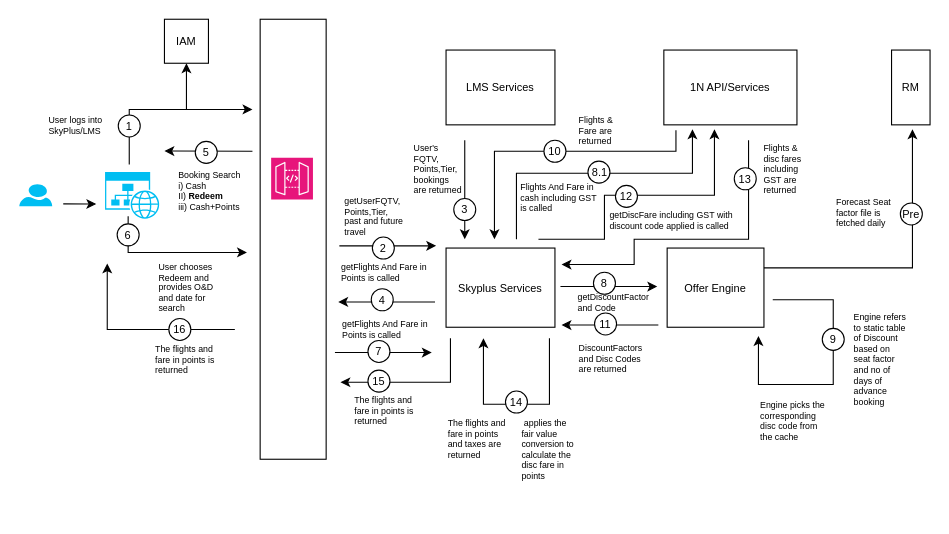
Earlier version of the draw.io diagram page "Search and Results" (1 of 2) of Redeem_Points_Flow.drawio (nchauhan4/drawings). Source tidied: cells renumbered, new cells numbered last; positions are measured from the earlier drawing's top-left corner, leaving out a move shared by most shapes. Both pictures are drawn from the tidied source at 110%, with x=0, y=0 at pixel (19, 19).
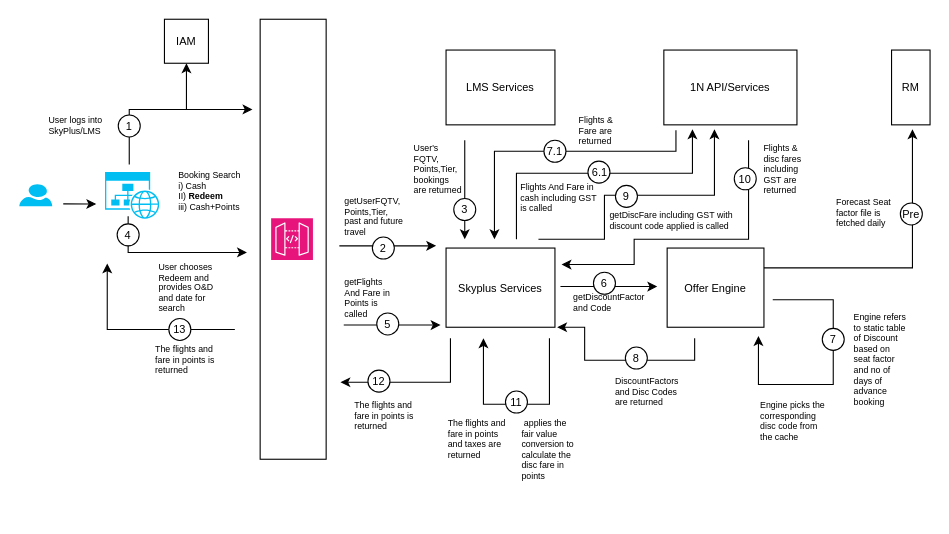
The same diagram, later.

What changed in the source:
```diff
@@
     <mxCell id="6" style="sketch=0;fontColor=#232F3E;fillColor=#E7157B;strokeColor=#ffffff;dashed=0;verticalLabelPosition=bottom;verticalAlign=top;align=center;html=1;fontSize=12;fontStyle=0;shape=mxgraph.aws4.resourceIcon;resIcon=mxgraph.aws4.api_gateway;" parent="1" vertex="1">
-      <mxGeometry x="229" y="125.8" width="38" height="38" as="geometry" />
+      <mxGeometry x="229" y="180.8" width="38" height="38" as="geometry" />
     </mxCell>
@@
-    <mxCell id="12" style="endArrow=classic;html=1;rounded=0;" parent="1" edge="1">
-      <mxGeometry relative="1" as="geometry">
-        <mxPoint x="212" y="120" as="sourcePoint" />
-        <mxPoint x="132" y="119.8" as="targetPoint" />
-      </mxGeometry>
-    </mxCell>
-    <mxCell id="13" style="ellipse;whiteSpace=wrap;html=1;" parent="1" vertex="1">
-      <mxGeometry x="160" y="111" width="20" height="20" as="geometry" />
-    </mxCell>
-    <mxCell id="14" value="&lt;font style=&quot;font-size: 10px;&quot;&gt;5&lt;/font&gt;" style="text;html=1;strokeColor=none;fillColor=none;align=center;verticalAlign=middle;whiteSpace=wrap;rounded=0;" parent="1" vertex="1">
-      <mxGeometry x="155" y="111" width="30" height="20" as="geometry" />
-    </mxCell>
@@
-    <mxCell id="20" value="&lt;font style=&quot;font-size: 10px;&quot;&gt;6&lt;/font&gt;" style="text;html=1;strokeColor=none;fillColor=none;align=center;verticalAlign=middle;whiteSpace=wrap;rounded=0;" parent="1" vertex="1">
+    <mxCell id="20" value="&lt;font style=&quot;font-size: 10px;&quot;&gt;4&lt;/font&gt;" style="text;html=1;strokeColor=none;fillColor=none;align=center;verticalAlign=middle;whiteSpace=wrap;rounded=0;" parent="1" vertex="1">
       <mxGeometry x="84" y="186" width="30" height="20" as="geometry" />
     </mxCell>
@@
-    <mxCell id="33" value="&lt;span style=&quot;font-size: 10px;&quot;&gt;8&lt;/span&gt;" style="text;html=1;strokeColor=none;fillColor=none;align=center;verticalAlign=middle;whiteSpace=wrap;rounded=0;" parent="1" vertex="1">
+    <mxCell id="33" value="&lt;span style=&quot;font-size: 10px;&quot;&gt;6&lt;/span&gt;" style="text;html=1;strokeColor=none;fillColor=none;align=center;verticalAlign=middle;whiteSpace=wrap;rounded=0;" parent="1" vertex="1">
       <mxGeometry x="517" y="230" width="30" height="20" as="geometry" />
     </mxCell>
@@
     <mxCell id="35" style="endArrow=classic;html=1;rounded=0;" parent="1" edge="1">
       <mxGeometry relative="1" as="geometry">
-        <mxPoint x="287" y="303" as="sourcePoint" />
-        <mxPoint x="375" y="303" as="targetPoint" />
+        <mxPoint x="295" y="278" as="sourcePoint" />
+        <mxPoint x="383" y="278" as="targetPoint" />
       </mxGeometry>
     </mxCell>
     <mxCell id="36" style="ellipse;whiteSpace=wrap;html=1;" parent="1" vertex="1">
-      <mxGeometry x="317" y="292" width="20" height="20" as="geometry" />
+      <mxGeometry x="325" y="267" width="20" height="20" as="geometry" />
     </mxCell>
-    <mxCell id="37" value="&lt;font style=&quot;font-size: 10px;&quot;&gt;7&lt;/font&gt;" style="text;html=1;strokeColor=none;fillColor=none;align=center;verticalAlign=middle;whiteSpace=wrap;rounded=0;" parent="1" vertex="1">
-      <mxGeometry x="312" y="292" width="30" height="20" as="geometry" />
+    <mxCell id="37" value="&lt;font style=&quot;font-size: 10px;&quot;&gt;5&lt;/font&gt;" style="text;html=1;strokeColor=none;fillColor=none;align=center;verticalAlign=middle;whiteSpace=wrap;rounded=0;" parent="1" vertex="1">
+      <mxGeometry x="320" y="267" width="30" height="20" as="geometry" />
     </mxCell>
     <mxCell id="38" value="getFlights And Fare in Points is called" style="text;html=1;strokeColor=none;fillColor=none;align=left;verticalAlign=top;whiteSpace=wrap;rounded=0;fontSize=8;" parent="1" vertex="1">
-      <mxGeometry x="292" y="266" width="80" height="33" as="geometry" />
+      <mxGeometry x="293.5" y="227.5" width="48.5" height="33" as="geometry" />
     </mxCell>
@@
-    <mxCell id="42" value="&lt;span style=&quot;font-size: 10px;&quot;&gt;8.1&lt;/span&gt;" style="text;html=1;strokeColor=none;fillColor=none;align=center;verticalAlign=middle;whiteSpace=wrap;rounded=0;" parent="1" vertex="1">
+    <mxCell id="42" value="&lt;span style=&quot;font-size: 10px;&quot;&gt;6.1&lt;/span&gt;" style="text;html=1;strokeColor=none;fillColor=none;align=center;verticalAlign=middle;whiteSpace=wrap;rounded=0;" parent="1" vertex="1">
       <mxGeometry x="513" y="129" width="30" height="20" as="geometry" />
     </mxCell>
     <mxCell id="43" value="getDiscountFactor and Code" style="text;html=1;strokeColor=none;fillColor=none;align=left;verticalAlign=top;whiteSpace=wrap;rounded=0;fontSize=8;" parent="1" vertex="1">
-      <mxGeometry x="505.8" y="242" width="58.5" height="33" as="geometry" />
+      <mxGeometry x="502" y="242" width="58.5" height="33" as="geometry" />
     </mxCell>
@@
-    <mxCell id="45" value="&lt;span style=&quot;font-size: 10px;&quot;&gt;12&lt;/span&gt;" style="text;html=1;strokeColor=none;fillColor=none;align=center;verticalAlign=middle;whiteSpace=wrap;rounded=0;" parent="1" vertex="1">
+    <mxCell id="45" value="&lt;span style=&quot;font-size: 10px;&quot;&gt;9&lt;/span&gt;" style="text;html=1;strokeColor=none;fillColor=none;align=center;verticalAlign=middle;whiteSpace=wrap;rounded=0;" parent="1" vertex="1">
       <mxGeometry x="537" y="151" width="30" height="20" as="geometry" />
     </mxCell>
@@
-    <mxCell id="48" value="&lt;font style=&quot;font-size: 10px;&quot;&gt;10&lt;/font&gt;" style="text;html=1;strokeColor=none;fillColor=none;align=center;verticalAlign=middle;whiteSpace=wrap;rounded=0;" parent="1" vertex="1">
+    <mxCell id="48" value="&lt;font style=&quot;font-size: 10px;&quot;&gt;7.1&lt;/font&gt;" style="text;html=1;strokeColor=none;fillColor=none;align=center;verticalAlign=middle;whiteSpace=wrap;rounded=0;" parent="1" vertex="1">
       <mxGeometry x="472" y="110" width="30" height="20" as="geometry" />
     </mxCell>
@@
-    <mxCell id="53" value="&lt;font style=&quot;font-size: 10px;&quot;&gt;9&lt;/font&gt;" style="text;html=1;strokeColor=none;fillColor=none;align=center;verticalAlign=middle;whiteSpace=wrap;rounded=0;" parent="1" vertex="1">
+    <mxCell id="53" value="&lt;font style=&quot;font-size: 10px;&quot;&gt;7&lt;/font&gt;" style="text;html=1;strokeColor=none;fillColor=none;align=center;verticalAlign=middle;whiteSpace=wrap;rounded=0;" parent="1" vertex="1">
       <mxGeometry x="725" y="281" width="30" height="20" as="geometry" />
     </mxCell>
@@
-    <mxCell id="58" value="&lt;font style=&quot;font-size: 10px;&quot;&gt;14&lt;/font&gt;" style="text;html=1;strokeColor=none;fillColor=none;align=center;verticalAlign=middle;whiteSpace=wrap;rounded=0;" parent="1" vertex="1">
+    <mxCell id="58" value="&lt;font style=&quot;font-size: 10px;&quot;&gt;11&lt;/font&gt;" style="text;html=1;strokeColor=none;fillColor=none;align=center;verticalAlign=middle;whiteSpace=wrap;rounded=0;" parent="1" vertex="1">
       <mxGeometry x="437" y="338" width="30" height="20" as="geometry" />
     </mxCell>
@@
-    <mxCell id="62" value="&lt;font style=&quot;font-size: 10px;&quot;&gt;15&lt;/font&gt;" style="text;html=1;strokeColor=none;fillColor=none;align=center;verticalAlign=middle;whiteSpace=wrap;rounded=0;" parent="1" vertex="1">
+    <mxCell id="62" value="&lt;font style=&quot;font-size: 10px;&quot;&gt;12&lt;/font&gt;" style="text;html=1;strokeColor=none;fillColor=none;align=center;verticalAlign=middle;whiteSpace=wrap;rounded=0;" parent="1" vertex="1">
       <mxGeometry x="312" y="319" width="30" height="20" as="geometry" />
     </mxCell>
     <mxCell id="63" value="The flights and fare in points is returned" style="text;html=1;strokeColor=none;fillColor=none;align=left;verticalAlign=top;whiteSpace=wrap;rounded=0;fontSize=8;" parent="1" vertex="1">
-      <mxGeometry x="302.8" y="335" width="58.5" height="33" as="geometry" />
+      <mxGeometry x="302.8" y="340" width="58.5" height="33" as="geometry" />
     </mxCell>
@@
-    <mxCell id="66" value="&lt;font style=&quot;font-size: 10px;&quot;&gt;16&lt;/font&gt;" style="text;html=1;strokeColor=none;fillColor=none;align=center;verticalAlign=middle;whiteSpace=wrap;rounded=0;" parent="1" vertex="1">
+    <mxCell id="66" value="&lt;font style=&quot;font-size: 10px;&quot;&gt;13&lt;/font&gt;" style="text;html=1;strokeColor=none;fillColor=none;align=center;verticalAlign=middle;whiteSpace=wrap;rounded=0;" parent="1" vertex="1">
       <mxGeometry x="131" y="272" width="30" height="20" as="geometry" />
     </mxCell>
@@
-    <mxCell id="77" style="endArrow=classic;html=1;rounded=0;" parent="1" edge="1">
+    <mxCell id="77" style="endArrow=classic;html=1;rounded=0;entryX=1;entryY=1;entryDx=0;entryDy=0;" parent="1" edge="1">
       <mxGeometry relative="1" as="geometry">
-        <mxPoint x="581" y="278" as="sourcePoint" />
-        <mxPoint x="493" y="278" as="targetPoint" />
+        <mxPoint x="614" y="290" as="sourcePoint" />
+        <mxPoint x="489" y="280" as="targetPoint" />
+        <Array as="points">
+          <mxPoint x="614" y="310" />
+          <mxPoint x="514" y="310" />
+          <mxPoint x="514" y="280" />
+        </Array>
       </mxGeometry>
     </mxCell>
     <mxCell id="78" style="ellipse;whiteSpace=wrap;html=1;" parent="1" vertex="1">
-      <mxGeometry x="523" y="267" width="20" height="20" as="geometry" />
+      <mxGeometry x="551" y="298" width="20" height="20" as="geometry" />
     </mxCell>
-    <mxCell id="79" value="&lt;span style=&quot;font-size: 10px;&quot;&gt;11&lt;/span&gt;" style="text;html=1;strokeColor=none;fillColor=none;align=center;verticalAlign=middle;whiteSpace=wrap;rounded=0;" parent="1" vertex="1">
-      <mxGeometry x="518" y="267" width="30" height="20" as="geometry" />
+    <mxCell id="79" value="&lt;span style=&quot;font-size: 10px;&quot;&gt;8&lt;/span&gt;" style="text;html=1;strokeColor=none;fillColor=none;align=center;verticalAlign=middle;whiteSpace=wrap;rounded=0;" parent="1" vertex="1">
+      <mxGeometry x="546" y="298" width="30" height="20" as="geometry" />
     </mxCell>
     <mxCell id="80" value="DiscountFactors and Disc Codes are returned" style="text;html=1;strokeColor=none;fillColor=none;align=left;verticalAlign=top;whiteSpace=wrap;rounded=0;fontSize=8;" parent="1" vertex="1">
-      <mxGeometry x="506.8" y="288" width="58.5" height="33" as="geometry" />
+      <mxGeometry x="540.2" y="318" width="58.5" height="33" as="geometry" />
     </mxCell>
-    <mxCell id="81" value="&lt;font style=&quot;font-size: 10px;&quot;&gt;13&lt;/font&gt;" style="ellipse;whiteSpace=wrap;html=1;" parent="1" vertex="1">
+    <mxCell id="81" value="&lt;font style=&quot;font-size: 10px;&quot;&gt;10&lt;/font&gt;" style="ellipse;whiteSpace=wrap;html=1;" parent="1" vertex="1">
       <mxGeometry x="650" y="135" width="20" height="20" as="geometry" />
     </mxCell>
-    <mxCell id="82" style="endArrow=classic;html=1;rounded=0;" parent="1" edge="1">
-      <mxGeometry relative="1" as="geometry">
-        <mxPoint x="378" y="257" as="sourcePoint" />
-        <mxPoint x="290" y="257" as="targetPoint" />
-      </mxGeometry>
-    </mxCell>
-    <mxCell id="83" style="ellipse;whiteSpace=wrap;html=1;" parent="1" vertex="1">
-      <mxGeometry x="320" y="245" width="20" height="20" as="geometry" />
-    </mxCell>
-    <mxCell id="84" value="&lt;span style=&quot;font-size: 10px;&quot;&gt;4&lt;/span&gt;" style="text;html=1;strokeColor=none;fillColor=none;align=center;verticalAlign=middle;whiteSpace=wrap;rounded=0;" parent="1" vertex="1">
-      <mxGeometry x="315" y="245" width="30" height="20" as="geometry" />
-    </mxCell>
-    <mxCell id="85" value="getFlights And Fare in Points is called" style="text;html=1;strokeColor=none;fillColor=none;align=left;verticalAlign=top;whiteSpace=wrap;rounded=0;fontSize=8;" parent="1" vertex="1">
-      <mxGeometry x="291" y="213.5" width="80" height="33" as="geometry" />
-    </mxCell>
```
